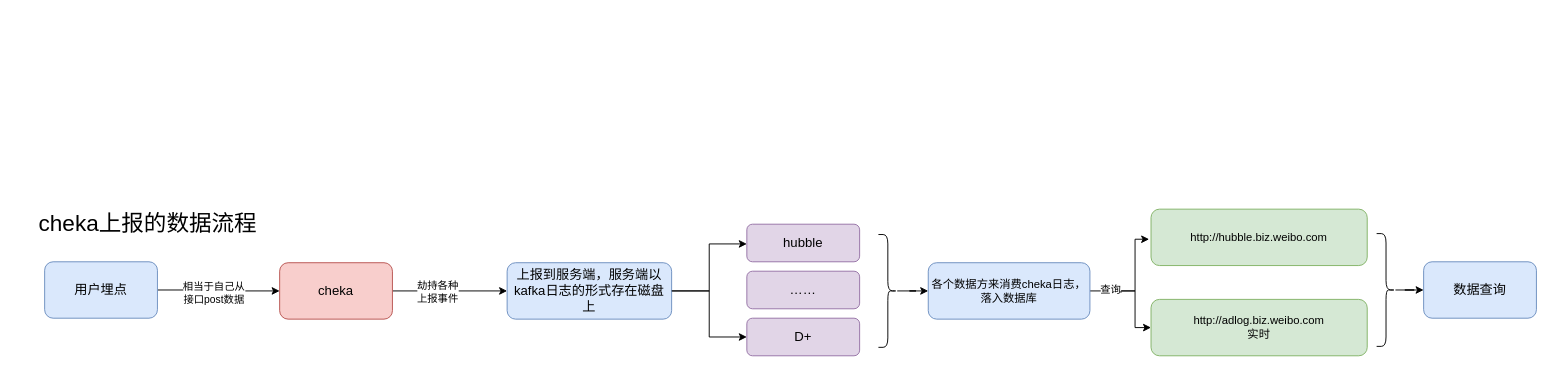
Earlier version of the draw.io diagram cheka.drawio (AnneLau/-algorithm_bubble). Source tidied: cells renumbered, new cells numbered last; positions are measured from the earlier drawing's top-left corner, leaving out a move shared by most shapes. Both pictures are drawn from the tidied source at 94%, with x=0, y=0 at pixel (16, 23).
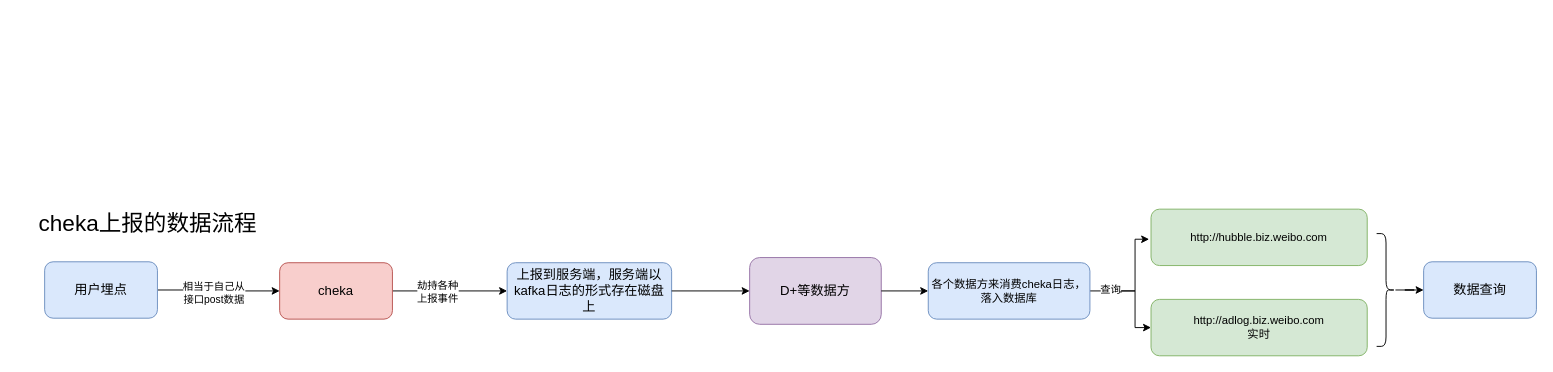
The same diagram, later.

Unchanged cells that the change refers to:
```xml
<mxCell id="10" value="&lt;font style=&quot;font-size: 14px&quot;&gt;上报到服务端，服务端以kafka日志的形式存在磁盘上&lt;/font&gt;" style="whiteSpace=wrap;html=1;rounded=1;fillColor=#dae8fc;strokeColor=#6c8ebf;" parent="1" vertex="1">
  <mxGeometry x="522" y="255" width="175" height="60" as="geometry" />
</mxCell>
<mxCell id="18" value="各个数据方来消费cheka日志，&lt;br&gt;落入数据库" style="whiteSpace=wrap;html=1;rounded=1;fillColor=#dae8fc;strokeColor=#6c8ebf;" parent="1" vertex="1">
  <mxGeometry x="970" y="255" width="172" height="60" as="geometry" />
</mxCell>
```

The edit, as a diff of the source:
```diff
@@
-    <mxCell id="9" style="edgeStyle=orthogonalEdgeStyle;rounded=0;jettySize=auto;html=1;" parent="1" edge="1" source="10" target="11">
-      <mxGeometry relative="1" as="geometry">
-        <Array as="points">
-          <mxPoint x="737" y="285" />
-          <mxPoint x="737" y="235" />
-        </Array>
-      </mxGeometry>
-    </mxCell>
@@
-    <mxCell id="11" value="&lt;font style=&quot;font-size: 14px&quot;&gt;hubble&lt;/font&gt;" style="whiteSpace=wrap;html=1;rounded=1;fillColor=#e1d5e7;strokeColor=#9673a6;" parent="1" vertex="1">
-      <mxGeometry x="777" y="214" width="120" height="40" as="geometry" />
-    </mxCell>
@@
-    <mxCell id="13" value="&lt;span style=&quot;font-size: 14px&quot;&gt;D+&lt;/span&gt;" style="whiteSpace=wrap;html=1;rounded=1;fillColor=#e1d5e7;strokeColor=#9673a6;" parent="1" vertex="1">
-      <mxGeometry x="777" y="314" width="120" height="40" as="geometry" />
+    <mxCell id="13" value="&lt;span style=&quot;font-size: 14px&quot;&gt;D+等数据方&lt;/span&gt;" style="whiteSpace=wrap;html=1;rounded=1;fillColor=#e1d5e7;strokeColor=#9673a6;" parent="1" vertex="1">
+      <mxGeometry x="780" y="249.5" width="140" height="71" as="geometry" />
     </mxCell>
-    <mxCell id="14" style="edgeStyle=orthogonalEdgeStyle;rounded=0;jettySize=auto;html=1;" parent="1" edge="1" source="15" target="18">
+    <mxCell id="14" style="edgeStyle=orthogonalEdgeStyle;rounded=0;jettySize=auto;html=1;exitX=1;exitY=0.5;exitDx=0;exitDy=0;" parent="1" edge="1" source="13" target="18">
       <mxGeometry relative="1" as="geometry" />
     </mxCell>
-    <mxCell id="15" style="shape=curlyBracket;whiteSpace=wrap;html=1;rounded=1;flipH=1;" parent="1" vertex="1">
-      <mxGeometry x="917" y="225" width="20" height="120" as="geometry" />
-    </mxCell>
@@
-    <mxCell id="26" value="&lt;span style=&quot;font-size: 14px&quot;&gt;……&lt;/span&gt;" style="whiteSpace=wrap;html=1;rounded=1;fillColor=#e1d5e7;strokeColor=#9673a6;" parent="1" vertex="1">
-      <mxGeometry x="777" y="264" width="120" height="40" as="geometry" />
-    </mxCell>
+    <mxCell id="27" style="edgeStyle=orthogonalEdgeStyle;rounded=0;orthogonalLoop=1;jettySize=auto;html=1;exitX=0.5;exitY=1;exitDx=0;exitDy=0;" parent="1" edge="1" source="13" target="13">
+      <mxGeometry relative="1" as="geometry" />
+    </mxCell>
```
